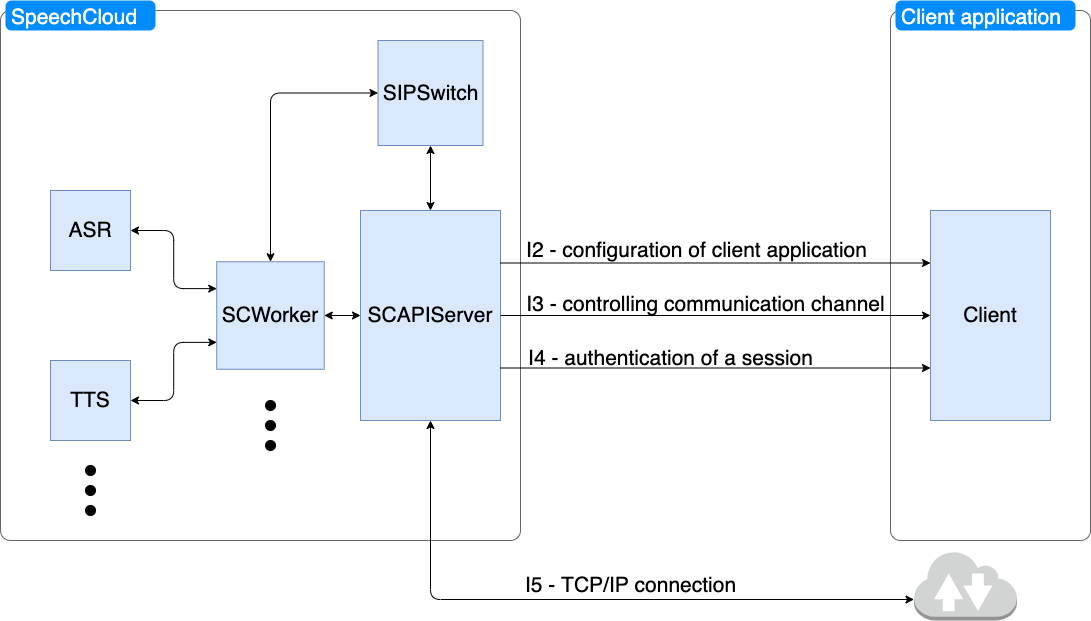
kitt10/iot keeps this draw.io diagram as egs/voicehome/doc/thesis/img/speechcloud_schema.png. Above is the earlier version. Source tidied: cells renumbered, new cells last; positions are measured from the earlier drawing's top-left corner, leaving out a move shared by most shapes. Its diagram source:
```xml
<mxGraphModel>
  <root>
    <mxCell id="0" />
    <mxCell id="1" parent="0" />
    <mxCell id="2" style="shape=mxgraph.mockup.containers.marginRect;rectMarginTop=10;strokeColor=#666666;strokeWidth=1;dashed=0;rounded=1;arcSize=5;fontSize=21;" parent="1" vertex="1">
      <mxGeometry width="520" height="540" as="geometry" />
    </mxCell>
    <mxCell id="3" value="SpeechCloud" style="shape=rect;strokeColor=none;fillColor=#008cff;strokeWidth=1;dashed=0;rounded=1;arcSize=20;fontColor=#ffffff;fontSize=21;spacing=2;spacingTop=-2;align=left;spacingLeft=4;perimeter=none;" parent="2" vertex="1">
      <mxGeometry x="5" width="150" height="30" as="geometry" />
    </mxCell>
    <mxCell id="4" value="SIPSwitch" style="whiteSpace=wrap;html=1;fillColor=#dae8fc;strokeColor=#6c8ebf;fontSize=21;" parent="2" vertex="1">
      <mxGeometry x="377.5" y="40" width="105" height="105" as="geometry" />
    </mxCell>
    <mxCell id="5" value="SCWorker" style="whiteSpace=wrap;html=1;fillColor=#dae8fc;strokeColor=#6c8ebf;fontSize=21;" parent="2" vertex="1">
      <mxGeometry x="216.2" y="261.2" width="107.5" height="107.5" as="geometry" />
    </mxCell>
    <mxCell id="6" value="ASR" style="whiteSpace=wrap;html=1;fillColor=#dae8fc;strokeColor=#6c8ebf;fontSize=21;" parent="2" vertex="1">
      <mxGeometry x="50" y="190" width="80" height="80" as="geometry" />
    </mxCell>
    <mxCell id="7" value="TTS" style="whiteSpace=wrap;html=1;fillColor=#dae8fc;strokeColor=#6c8ebf;fontSize=21;" parent="2" vertex="1">
      <mxGeometry x="50" y="360" width="80" height="80" as="geometry" />
    </mxCell>
    <mxCell id="8" style="ellipse;whiteSpace=wrap;html=1;fillColor=#000000;fontSize=21;" parent="2" vertex="1">
      <mxGeometry x="85" y="465" width="10" height="10" as="geometry" />
    </mxCell>
    <mxCell id="9" style="ellipse;whiteSpace=wrap;html=1;fillColor=#000000;fontSize=21;" parent="2" vertex="1">
      <mxGeometry x="85" y="485" width="10" height="10" as="geometry" />
    </mxCell>
    <mxCell id="10" style="ellipse;whiteSpace=wrap;html=1;fillColor=#000000;fontSize=21;" parent="2" vertex="1">
      <mxGeometry x="85" y="505" width="10" height="10" as="geometry" />
    </mxCell>
    <mxCell id="11" style="ellipse;whiteSpace=wrap;html=1;fillColor=#000000;fontSize=21;" parent="2" vertex="1">
      <mxGeometry x="265" y="400" width="10" height="10" as="geometry" />
    </mxCell>
    <mxCell id="12" style="ellipse;whiteSpace=wrap;html=1;fillColor=#000000;fontSize=21;" parent="2" vertex="1">
      <mxGeometry x="265" y="420" width="10" height="10" as="geometry" />
    </mxCell>
    <mxCell id="13" style="ellipse;whiteSpace=wrap;html=1;fillColor=#000000;fontSize=21;" parent="2" vertex="1">
      <mxGeometry x="265" y="440" width="10" height="10" as="geometry" />
    </mxCell>
    <mxCell id="14" style="endArrow=classic;startArrow=classic;html=1;entryX=0.5;entryY=1;entryDx=0;entryDy=0;exitX=0.5;exitY=0;exitDx=0;exitDy=0;fontSize=21;" parent="2" edge="1" source="19" target="4">
      <mxGeometry relative="1" as="geometry" />
    </mxCell>
    <mxCell id="15" style="endArrow=classic;startArrow=classic;html=1;exitX=1;exitY=0.5;exitDx=0;exitDy=0;entryX=0;entryY=0.5;entryDx=0;entryDy=0;fontSize=21;" parent="2" edge="1" source="5" target="19">
      <mxGeometry relative="1" as="geometry" />
    </mxCell>
    <mxCell id="16" style="endArrow=classic;startArrow=classic;html=1;entryX=0;entryY=0.5;entryDx=0;entryDy=0;exitX=0.5;exitY=0;exitDx=0;exitDy=0;edgeStyle=orthogonalEdgeStyle;fontSize=21;" parent="2" edge="1" source="5" target="4">
      <mxGeometry relative="1" as="geometry" />
    </mxCell>
    <mxCell id="17" style="endArrow=classic;startArrow=classic;html=1;exitX=1;exitY=0.5;exitDx=0;exitDy=0;entryX=0;entryY=0.25;entryDx=0;entryDy=0;edgeStyle=orthogonalEdgeStyle;fontSize=21;" parent="2" edge="1" source="6" target="5">
      <mxGeometry relative="1" as="geometry" />
    </mxCell>
    <mxCell id="18" style="endArrow=classic;startArrow=classic;html=1;exitX=1;exitY=0.5;exitDx=0;exitDy=0;entryX=0;entryY=0.75;entryDx=0;entryDy=0;edgeStyle=orthogonalEdgeStyle;fontSize=21;" parent="2" edge="1" source="7" target="5">
      <mxGeometry relative="1" as="geometry" />
    </mxCell>
    <mxCell id="19" value="&lt;span style=&quot;font-size: 21px;&quot;&gt;SCAPIServer&lt;/span&gt;" style="whiteSpace=wrap;html=1;fillColor=#dae8fc;strokeColor=#6c8ebf;fontSize=21;" parent="2" vertex="1">
      <mxGeometry x="360" y="210" width="140" height="210" as="geometry" />
    </mxCell>
    <mxCell id="20" style="shape=mxgraph.mockup.containers.marginRect;rectMarginTop=10;strokeColor=#666666;strokeWidth=1;dashed=0;rounded=1;arcSize=5;fontSize=21;" parent="1" vertex="1">
      <mxGeometry x="890" width="200" height="540" as="geometry" />
    </mxCell>
    <mxCell id="21" value="Client application" style="shape=rect;strokeColor=none;fillColor=#008cff;strokeWidth=1;dashed=0;rounded=1;arcSize=20;fontColor=#ffffff;fontSize=21;spacing=2;spacingTop=-2;align=left;spacingLeft=4;perimeter=none;" parent="20" vertex="1">
      <mxGeometry x="5" width="180" height="30" as="geometry" />
    </mxCell>
    <mxCell id="22" value="Client" style="whiteSpace=wrap;html=1;fillColor=#dae8fc;strokeColor=#6c8ebf;fontSize=21;" parent="20" vertex="1">
      <mxGeometry x="40" y="210" width="120" height="210" as="geometry" />
    </mxCell>
    <mxCell id="23" style="edgeStyle=orthogonalEdgeStyle;rounded=0;jettySize=auto;html=1;exitX=1;exitY=0.25;exitDx=0;exitDy=0;entryX=0;entryY=0.25;entryDx=0;entryDy=0;fontSize=21;" parent="1" edge="1" source="19" target="22">
      <mxGeometry relative="1" as="geometry" />
    </mxCell>
    <mxCell id="24" style="edgeStyle=orthogonalEdgeStyle;rounded=0;jettySize=auto;html=1;exitX=1;exitY=0.5;exitDx=0;exitDy=0;fontSize=21;" parent="1" edge="1" source="19" target="22">
      <mxGeometry relative="1" as="geometry" />
    </mxCell>
    <mxCell id="25" style="edgeStyle=orthogonalEdgeStyle;rounded=0;jettySize=auto;html=1;exitX=1;exitY=0.75;exitDx=0;exitDy=0;entryX=0;entryY=0.75;entryDx=0;entryDy=0;fontSize=21;" parent="1" edge="1" source="19" target="22">
      <mxGeometry relative="1" as="geometry" />
    </mxCell>
    <mxCell id="26" value="I2 -&amp;nbsp;configuration of client application" style="text;html=1;align=center;verticalAlign=middle;strokeColor=none;fontSize=21;" parent="1" vertex="1">
      <mxGeometry x="516" y="235" width="360" height="30" as="geometry" />
    </mxCell>
    <mxCell id="27" value="I3 -&amp;nbsp;controlling communication channel" style="text;html=1;align=center;verticalAlign=middle;strokeColor=none;fontSize=21;" parent="1" vertex="1">
      <mxGeometry x="520" y="289" width="370" height="30" as="geometry" />
    </mxCell>
    <mxCell id="28" value="I4 -&amp;nbsp;authentication of a session" style="text;html=1;align=center;verticalAlign=middle;strokeColor=none;fontSize=21;" parent="1" vertex="1">
      <mxGeometry x="520" y="343" width="300" height="30" as="geometry" />
    </mxCell>
    <mxCell id="29" style="outlineConnect=0;dashed=0;verticalLabelPosition=bottom;verticalAlign=top;align=center;html=1;shape=mxgraph.aws3.internet_2;fillColor=#D2D3D3;gradientColor=none;fontSize=21;" parent="1" vertex="1">
      <mxGeometry x="913.5" y="550" width="103.1" height="70" as="geometry" />
    </mxCell>
    <mxCell id="30" style="edgeStyle=orthogonalEdgeStyle;rounded=1;jettySize=auto;html=1;exitX=0.5;exitY=1;exitDx=0;exitDy=0;entryX=0;entryY=0.7;entryDx=0;entryDy=0;entryPerimeter=0;fontSize=21;startArrow=classic;" parent="1" edge="1" source="19" target="29">
      <mxGeometry relative="1" as="geometry" />
    </mxCell>
    <mxCell id="31" value="I5 - TCP/IP connection" style="text;html=1;align=center;verticalAlign=middle;strokeColor=none;fontSize=21;" parent="1" vertex="1">
      <mxGeometry x="515" y="570" width="230" height="30" as="geometry" />
    </mxCell>
  </root>
</mxGraphModel>
```
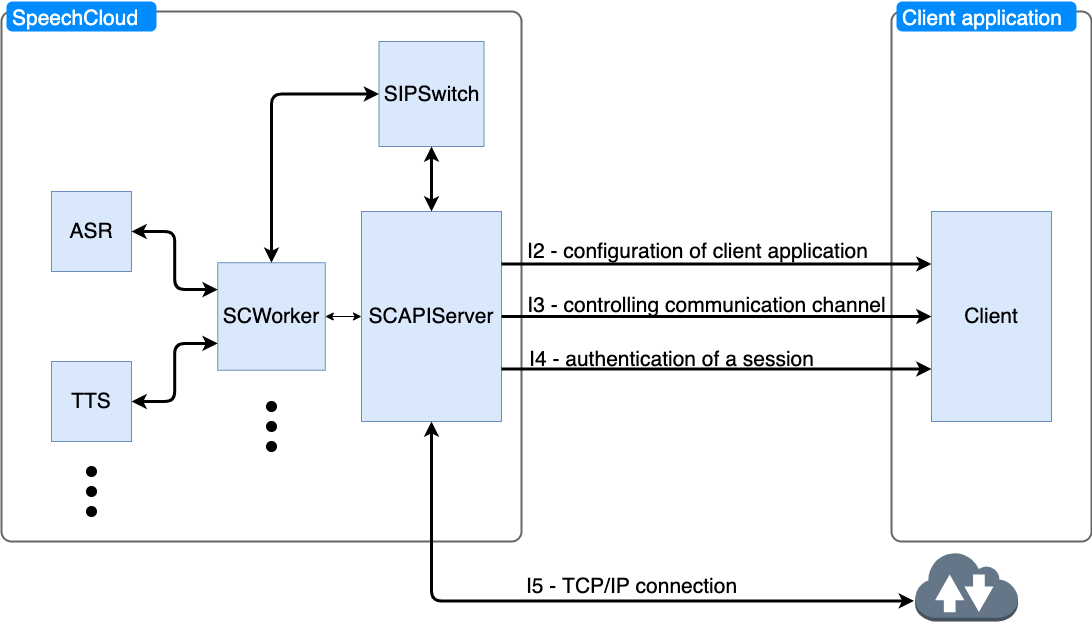
Above is the later version.

What changed in the source:
```diff
@@ -2,7 +2,7 @@
   <root>
     <mxCell id="0" />
     <mxCell id="1" parent="0" />
-    <mxCell id="2" style="shape=mxgraph.mockup.containers.marginRect;rectMarginTop=10;strokeColor=#666666;strokeWidth=1;dashed=0;rounded=1;arcSize=5;fontSize=21;" parent="1" vertex="1">
+    <mxCell id="2" style="shape=mxgraph.mockup.containers.marginRect;rectMarginTop=10;strokeColor=#666666;strokeWidth=2;dashed=0;rounded=1;arcSize=5;fontSize=21;" parent="1" vertex="1">
       <mxGeometry width="520" height="540" as="geometry" />
     </mxCell>
     <mxCell id="3" value="SpeechCloud" style="shape=rect;strokeColor=none;fillColor=#008cff;strokeWidth=1;dashed=0;rounded=1;arcSize=20;fontColor=#ffffff;fontSize=21;spacing=2;spacingTop=-2;align=left;spacingLeft=4;perimeter=none;" parent="2" vertex="1">
@@ -38,25 +38,25 @@
     <mxCell id="13" style="ellipse;whiteSpace=wrap;html=1;fillColor=#000000;fontSize=21;" parent="2" vertex="1">
       <mxGeometry x="265" y="440" width="10" height="10" as="geometry" />
     </mxCell>
-    <mxCell id="14" style="endArrow=classic;startArrow=classic;html=1;entryX=0.5;entryY=1;entryDx=0;entryDy=0;exitX=0.5;exitY=0;exitDx=0;exitDy=0;fontSize=21;" parent="2" edge="1" source="19" target="4">
+    <mxCell id="14" style="endArrow=classic;startArrow=classic;html=1;entryX=0.5;entryY=1;entryDx=0;entryDy=0;exitX=0.5;exitY=0;exitDx=0;exitDy=0;fontSize=21;strokeWidth=3;" parent="2" edge="1" source="19" target="4">
       <mxGeometry relative="1" as="geometry" />
     </mxCell>
     <mxCell id="15" style="endArrow=classic;startArrow=classic;html=1;exitX=1;exitY=0.5;exitDx=0;exitDy=0;entryX=0;entryY=0.5;entryDx=0;entryDy=0;fontSize=21;" parent="2" edge="1" source="5" target="19">
       <mxGeometry relative="1" as="geometry" />
     </mxCell>
-    <mxCell id="16" style="endArrow=classic;startArrow=classic;html=1;entryX=0;entryY=0.5;entryDx=0;entryDy=0;exitX=0.5;exitY=0;exitDx=0;exitDy=0;edgeStyle=orthogonalEdgeStyle;fontSize=21;" parent="2" edge="1" source="5" target="4">
+    <mxCell id="16" style="endArrow=classic;startArrow=classic;html=1;entryX=0;entryY=0.5;entryDx=0;entryDy=0;exitX=0.5;exitY=0;exitDx=0;exitDy=0;edgeStyle=orthogonalEdgeStyle;fontSize=21;strokeWidth=3;" parent="2" edge="1" source="5" target="4">
       <mxGeometry relative="1" as="geometry" />
     </mxCell>
-    <mxCell id="17" style="endArrow=classic;startArrow=classic;html=1;exitX=1;exitY=0.5;exitDx=0;exitDy=0;entryX=0;entryY=0.25;entryDx=0;entryDy=0;edgeStyle=orthogonalEdgeStyle;fontSize=21;" parent="2" edge="1" source="6" target="5">
+    <mxCell id="17" style="endArrow=classic;startArrow=classic;html=1;exitX=1;exitY=0.5;exitDx=0;exitDy=0;entryX=0;entryY=0.25;entryDx=0;entryDy=0;edgeStyle=orthogonalEdgeStyle;fontSize=21;strokeWidth=3;" parent="2" edge="1" source="6" target="5">
       <mxGeometry relative="1" as="geometry" />
     </mxCell>
-    <mxCell id="18" style="endArrow=classic;startArrow=classic;html=1;exitX=1;exitY=0.5;exitDx=0;exitDy=0;entryX=0;entryY=0.75;entryDx=0;entryDy=0;edgeStyle=orthogonalEdgeStyle;fontSize=21;" parent="2" edge="1" source="7" target="5">
+    <mxCell id="18" style="endArrow=classic;startArrow=classic;html=1;exitX=1;exitY=0.5;exitDx=0;exitDy=0;entryX=0;entryY=0.75;entryDx=0;entryDy=0;edgeStyle=orthogonalEdgeStyle;fontSize=21;strokeWidth=3;" parent="2" edge="1" source="7" target="5">
       <mxGeometry relative="1" as="geometry" />
     </mxCell>
     <mxCell id="19" value="&lt;span style=&quot;font-size: 21px;&quot;&gt;SCAPIServer&lt;/span&gt;" style="whiteSpace=wrap;html=1;fillColor=#dae8fc;strokeColor=#6c8ebf;fontSize=21;" parent="2" vertex="1">
       <mxGeometry x="360" y="210" width="140" height="210" as="geometry" />
     </mxCell>
-    <mxCell id="20" style="shape=mxgraph.mockup.containers.marginRect;rectMarginTop=10;strokeColor=#666666;strokeWidth=1;dashed=0;rounded=1;arcSize=5;fontSize=21;" parent="1" vertex="1">
+    <mxCell id="20" style="shape=mxgraph.mockup.containers.marginRect;rectMarginTop=10;strokeColor=#666666;strokeWidth=2;dashed=0;rounded=1;arcSize=5;fontSize=21;" parent="1" vertex="1">
       <mxGeometry x="890" width="200" height="540" as="geometry" />
     </mxCell>
     <mxCell id="21" value="Client application" style="shape=rect;strokeColor=none;fillColor=#008cff;strokeWidth=1;dashed=0;rounded=1;arcSize=20;fontColor=#ffffff;fontSize=21;spacing=2;spacingTop=-2;align=left;spacingLeft=4;perimeter=none;" parent="20" vertex="1">
@@ -65,13 +65,13 @@
     <mxCell id="22" value="Client" style="whiteSpace=wrap;html=1;fillColor=#dae8fc;strokeColor=#6c8ebf;fontSize=21;" parent="20" vertex="1">
       <mxGeometry x="40" y="210" width="120" height="210" as="geometry" />
     </mxCell>
-    <mxCell id="23" style="edgeStyle=orthogonalEdgeStyle;rounded=0;jettySize=auto;html=1;exitX=1;exitY=0.25;exitDx=0;exitDy=0;entryX=0;entryY=0.25;entryDx=0;entryDy=0;fontSize=21;" parent="1" edge="1" source="19" target="22">
+    <mxCell id="23" style="edgeStyle=orthogonalEdgeStyle;rounded=0;jettySize=auto;html=1;exitX=1;exitY=0.25;exitDx=0;exitDy=0;entryX=0;entryY=0.25;entryDx=0;entryDy=0;fontSize=21;strokeWidth=3;" parent="1" edge="1" source="19" target="22">
       <mxGeometry relative="1" as="geometry" />
     </mxCell>
-    <mxCell id="24" style="edgeStyle=orthogonalEdgeStyle;rounded=0;jettySize=auto;html=1;exitX=1;exitY=0.5;exitDx=0;exitDy=0;fontSize=21;" parent="1" edge="1" source="19" target="22">
+    <mxCell id="24" style="edgeStyle=orthogonalEdgeStyle;rounded=0;jettySize=auto;html=1;exitX=1;exitY=0.5;exitDx=0;exitDy=0;fontSize=21;strokeWidth=3;" parent="1" edge="1" source="19" target="22">
       <mxGeometry relative="1" as="geometry" />
     </mxCell>
-    <mxCell id="25" style="edgeStyle=orthogonalEdgeStyle;rounded=0;jettySize=auto;html=1;exitX=1;exitY=0.75;exitDx=0;exitDy=0;entryX=0;entryY=0.75;entryDx=0;entryDy=0;fontSize=21;" parent="1" edge="1" source="19" target="22">
+    <mxCell id="25" style="edgeStyle=orthogonalEdgeStyle;rounded=0;jettySize=auto;html=1;exitX=1;exitY=0.75;exitDx=0;exitDy=0;entryX=0;entryY=0.75;entryDx=0;entryDy=0;fontSize=21;strokeWidth=3;" parent="1" edge="1" source="19" target="22">
       <mxGeometry relative="1" as="geometry" />
     </mxCell>
     <mxCell id="26" value="I2 -&amp;nbsp;configuration of client application" style="text;html=1;align=center;verticalAlign=middle;strokeColor=none;fontSize=21;" parent="1" vertex="1">
@@ -83,10 +83,10 @@
     <mxCell id="28" value="I4 -&amp;nbsp;authentication of a session" style="text;html=1;align=center;verticalAlign=middle;strokeColor=none;fontSize=21;" parent="1" vertex="1">
       <mxGeometry x="520" y="343" width="300" height="30" as="geometry" />
     </mxCell>
-    <mxCell id="29" style="outlineConnect=0;dashed=0;verticalLabelPosition=bottom;verticalAlign=top;align=center;html=1;shape=mxgraph.aws3.internet_2;fillColor=#D2D3D3;gradientColor=none;fontSize=21;" parent="1" vertex="1">
+    <mxCell id="29" style="outlineConnect=0;dashed=0;verticalLabelPosition=bottom;verticalAlign=top;align=center;html=1;shape=mxgraph.aws3.internet_2;fillColor=#647687;fontSize=21;strokeWidth=1;perimeterSpacing=1;shadow=0;sketch=0;strokeColor=#314354;fontColor=#ffffff;" parent="1" vertex="1">
       <mxGeometry x="913.5" y="550" width="103.1" height="70" as="geometry" />
     </mxCell>
-    <mxCell id="30" style="edgeStyle=orthogonalEdgeStyle;rounded=1;jettySize=auto;html=1;exitX=0.5;exitY=1;exitDx=0;exitDy=0;entryX=0;entryY=0.7;entryDx=0;entryDy=0;entryPerimeter=0;fontSize=21;startArrow=classic;" parent="1" edge="1" source="19" target="29">
+    <mxCell id="30" style="edgeStyle=orthogonalEdgeStyle;rounded=1;jettySize=auto;html=1;exitX=0.5;exitY=1;exitDx=0;exitDy=0;entryX=0;entryY=0.7;entryDx=0;entryDy=0;entryPerimeter=0;fontSize=21;startArrow=classic;strokeWidth=3;" parent="1" edge="1" source="19" target="29">
       <mxGeometry relative="1" as="geometry" />
     </mxCell>
     <mxCell id="31" value="I5 - TCP/IP connection" style="text;html=1;align=center;verticalAlign=middle;strokeColor=none;fontSize=21;" parent="1" vertex="1">
```
